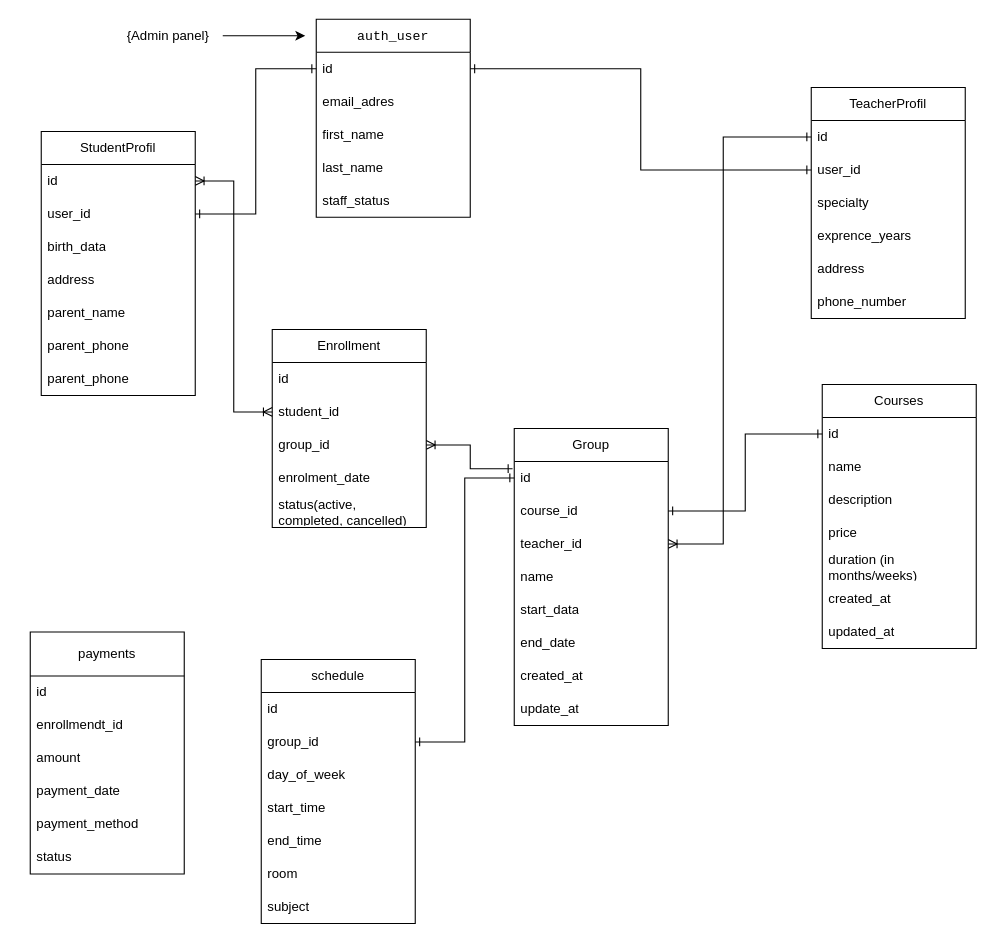
yoqubjonov03-dev/SmartEducation keeps this draw.io diagram as smart_education_db_structure.drawio. Above is the earlier version. Source tidied: cells renumbered, new cells numbered last; positions are measured from the earlier drawing's top-left corner, leaving out a move shared by most shapes. Both pictures are drawn from the tidied source at 110%, with x=0, y=0 at pixel (30, 19).
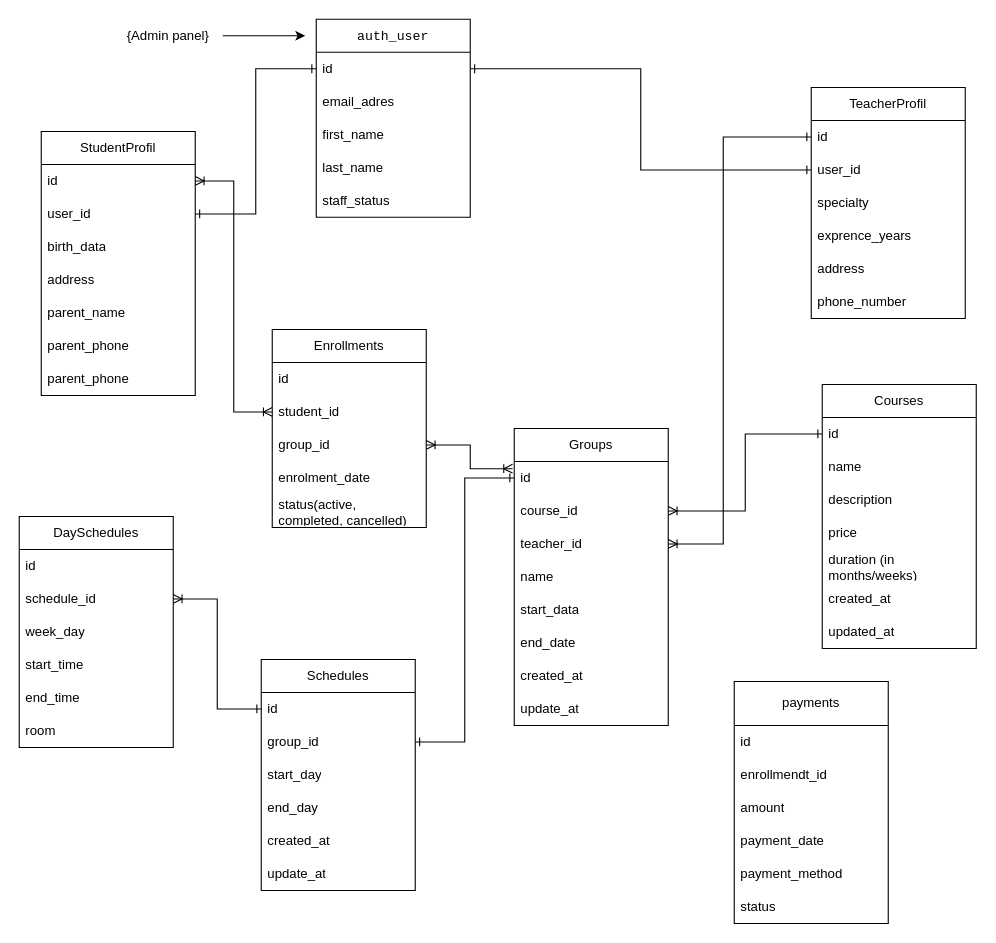
Above is the later version.

The change refers to these unchanged cells:
```xml
<mxCell id="28" value="id" style="text;strokeColor=none;fillColor=none;align=left;verticalAlign=middle;spacingLeft=4;spacingRight=4;overflow=hidden;points=[[0,0.5],[1,0.5]];portConstraint=eastwest;whiteSpace=wrap;html=1;" parent="27" vertex="1">
  <mxGeometry y="30" width="140" height="30" as="geometry" />
</mxCell>
<mxCell id="36" value="id" style="text;strokeColor=none;fillColor=none;align=left;verticalAlign=middle;spacingLeft=4;spacingRight=4;overflow=hidden;points=[[0,0.5],[1,0.5]];portConstraint=eastwest;whiteSpace=wrap;html=1;" parent="35" vertex="1">
  <mxGeometry y="30" width="140" height="30" as="geometry" />
</mxCell>
<mxCell id="37" value="course_id" style="text;strokeColor=none;fillColor=none;align=left;verticalAlign=middle;spacingLeft=4;spacingRight=4;overflow=hidden;points=[[0,0.5],[1,0.5]];portConstraint=eastwest;whiteSpace=wrap;html=1;" parent="35" vertex="1">
  <mxGeometry y="60" width="140" height="30" as="geometry" />
</mxCell>
<mxCell id="48" value="group_id" style="text;strokeColor=none;fillColor=none;align=left;verticalAlign=middle;spacingLeft=4;spacingRight=4;overflow=hidden;points=[[0,0.5],[1,0.5]];portConstraint=eastwest;whiteSpace=wrap;html=1;" parent="45" vertex="1">
  <mxGeometry y="90" width="140" height="30" as="geometry" />
</mxCell>
<mxCell id="52" value="id" style="text;strokeColor=none;fillColor=none;align=left;verticalAlign=middle;spacingLeft=4;spacingRight=4;overflow=hidden;points=[[0,0.5],[1,0.5]];portConstraint=eastwest;whiteSpace=wrap;html=1;" parent="51" vertex="1">
  <mxGeometry y="30" width="140" height="30" as="geometry" />
</mxCell>
```

Change to the diagram source:
```diff
@@
-    <mxCell id="35" value="Group" style="swimlane;fontStyle=0;horizontal=1;startSize=30;whiteSpace=wrap;html=1;" parent="1" vertex="1">
+    <mxCell id="35" value="Groups" style="swimlane;fontStyle=0;horizontal=1;startSize=30;whiteSpace=wrap;html=1;" parent="1" vertex="1">
       <mxGeometry x="440" y="372" width="140" height="270" as="geometry" />
     </mxCell>
@@
-    <mxCell id="44" style="edgeStyle=orthogonalEdgeStyle;rounded=0;jettySize=auto;html=1;exitX=1;exitY=0.5;exitDx=0;exitDy=0;entryX=0;entryY=0.5;entryDx=0;entryDy=0;startArrow=ERone;startFill=0;endArrow=ERone;endFill=0;" parent="1" edge="1" source="37" target="28">
+    <mxCell id="44" style="edgeStyle=orthogonalEdgeStyle;rounded=0;jettySize=auto;html=1;exitX=1;exitY=0.5;exitDx=0;exitDy=0;entryX=0;entryY=0.5;entryDx=0;entryDy=0;startArrow=ERoneToMany;startFill=0;endArrow=ERone;endFill=0;" parent="1" edge="1" source="37" target="28">
       <mxGeometry relative="1" as="geometry" />
     </mxCell>
-    <mxCell id="45" value="Enrollment" style="swimlane;fontStyle=0;horizontal=1;startSize=30;whiteSpace=wrap;html=1;" parent="1" vertex="1">
+    <mxCell id="45" value="Enrollments" style="swimlane;fontStyle=0;horizontal=1;startSize=30;whiteSpace=wrap;html=1;" parent="1" vertex="1">
       <mxGeometry x="220" y="282" width="140" height="180" as="geometry" />
     </mxCell>
@@
-    <mxCell id="51" value="schedule" style="swimlane;fontStyle=0;horizontal=1;startSize=30;whiteSpace=wrap;html=1;" parent="1" vertex="1">
-      <mxGeometry x="210" y="582" width="140" height="240" as="geometry" />
+    <mxCell id="51" value="Schedules" style="swimlane;fontStyle=0;horizontal=1;startSize=30;whiteSpace=wrap;html=1;" parent="1" vertex="1">
+      <mxGeometry x="210" y="582" width="140" height="210" as="geometry" />
     </mxCell>
@@
-    <mxCell id="54" value="day_of_week" style="text;strokeColor=none;fillColor=none;align=left;verticalAlign=middle;spacingLeft=4;spacingRight=4;overflow=hidden;whiteSpace=wrap;html=1;" parent="51" vertex="1">
-      <mxGeometry y="90" width="140" height="30" as="geometry" />
-    </mxCell>
+    <mxCell id="70" value="start_day" style="text;strokeColor=none;fillColor=none;align=left;verticalAlign=middle;spacingLeft=4;spacingRight=4;overflow=hidden;whiteSpace=wrap;html=1;" parent="51" vertex="1">
+      <mxGeometry y="90" width="140" height="30" as="geometry" />
+    </mxCell>
+    <mxCell id="71" value="end_day" style="text;strokeColor=none;fillColor=none;align=left;verticalAlign=middle;spacingLeft=4;spacingRight=4;overflow=hidden;whiteSpace=wrap;html=1;" parent="51" vertex="1">
+      <mxGeometry y="120" width="140" height="30" as="geometry" />
+    </mxCell>
-    <mxCell id="55" value="start_time" style="text;strokeColor=none;fillColor=none;align=left;verticalAlign=middle;spacingLeft=4;spacingRight=4;overflow=hidden;whiteSpace=wrap;html=1;" parent="51" vertex="1">
-      <mxGeometry y="120" width="140" height="30" as="geometry" />
+    <mxCell id="55" value="created_at" style="text;strokeColor=none;fillColor=none;align=left;verticalAlign=middle;spacingLeft=4;spacingRight=4;overflow=hidden;whiteSpace=wrap;html=1;" parent="51" vertex="1">
+      <mxGeometry y="150" width="140" height="30" as="geometry" />
     </mxCell>
-    <mxCell id="56" value="end_time" style="text;strokeColor=none;fillColor=none;align=left;verticalAlign=middle;spacingLeft=4;spacingRight=4;overflow=hidden;whiteSpace=wrap;html=1;" parent="51" vertex="1">
-      <mxGeometry y="150" width="140" height="30" as="geometry" />
+    <mxCell id="56" value="update_at" style="text;strokeColor=none;fillColor=none;align=left;verticalAlign=middle;spacingLeft=4;spacingRight=4;overflow=hidden;whiteSpace=wrap;html=1;" parent="51" vertex="1">
+      <mxGeometry y="180" width="140" height="30" as="geometry" />
     </mxCell>
-    <mxCell id="57" value="room" style="text;strokeColor=none;fillColor=none;align=left;verticalAlign=middle;spacingLeft=4;spacingRight=4;overflow=hidden;whiteSpace=wrap;html=1;" parent="51" vertex="1">
-      <mxGeometry y="180" width="140" height="30" as="geometry" />
-    </mxCell>
-    <mxCell id="58" value="subject" style="text;strokeColor=none;fillColor=none;align=left;verticalAlign=middle;spacingLeft=4;spacingRight=4;overflow=hidden;whiteSpace=wrap;html=1;" parent="51" vertex="1">
-      <mxGeometry y="210" width="140" height="30" as="geometry" />
-    </mxCell>
@@
-    <mxCell id="62" style="edgeStyle=orthogonalEdgeStyle;rounded=0;jettySize=auto;html=1;exitX=1;exitY=0.5;exitDx=0;exitDy=0;entryX=-0.011;entryY=0.22;entryDx=0;entryDy=0;entryPerimeter=0;startArrow=ERoneToMany;startFill=0;endArrow=ERone;endFill=0;" parent="1" edge="1" source="48" target="36">
+    <mxCell id="62" style="edgeStyle=orthogonalEdgeStyle;rounded=0;jettySize=auto;html=1;exitX=1;exitY=0.5;exitDx=0;exitDy=0;entryX=-0.011;entryY=0.22;entryDx=0;entryDy=0;entryPerimeter=0;startArrow=ERoneToMany;startFill=0;endArrow=ERoneToMany;endFill=0;" parent="1" edge="1" source="48" target="36">
       <mxGeometry relative="1" as="geometry" />
     </mxCell>
     <mxCell id="63" value="payments" style="swimlane;fontStyle=0;horizontal=1;startSize=40;whiteSpace=wrap;html=1;" parent="1" vertex="1">
-      <mxGeometry y="557" width="140" height="220" as="geometry" />
+      <mxGeometry x="640" y="602" width="140" height="220" as="geometry" />
     </mxCell>
@@
+    <mxCell id="72" value="DaySchedules" style="swimlane;fontStyle=0;horizontal=1;startSize=30;whiteSpace=wrap;html=1;" parent="1" vertex="1">
+      <mxGeometry x="-10" y="452" width="140" height="210" as="geometry" />
+    </mxCell>
+    <mxCell id="73" value="id" style="text;strokeColor=none;fillColor=none;align=left;verticalAlign=middle;spacingLeft=4;spacingRight=4;overflow=hidden;whiteSpace=wrap;html=1;" parent="72" vertex="1">
+      <mxGeometry y="30" width="140" height="30" as="geometry" />
+    </mxCell>
+    <mxCell id="74" value="schedule_id" style="text;strokeColor=none;fillColor=none;align=left;verticalAlign=middle;spacingLeft=4;spacingRight=4;overflow=hidden;points=[[0,0.5],[1,0.5]];portConstraint=eastwest;whiteSpace=wrap;html=1;" parent="72" vertex="1">
+      <mxGeometry y="60" width="140" height="30" as="geometry" />
+    </mxCell>
+    <mxCell id="75" value="week_day" style="text;strokeColor=none;fillColor=none;align=left;verticalAlign=middle;spacingLeft=4;spacingRight=4;overflow=hidden;whiteSpace=wrap;html=1;" parent="72" vertex="1">
+      <mxGeometry y="90" width="140" height="30" as="geometry" />
+    </mxCell>
+    <mxCell id="76" value="start_time" style="text;strokeColor=none;fillColor=none;align=left;verticalAlign=middle;spacingLeft=4;spacingRight=4;overflow=hidden;whiteSpace=wrap;html=1;" parent="72" vertex="1">
+      <mxGeometry y="120" width="140" height="30" as="geometry" />
+    </mxCell>
+    <mxCell id="77" value="end_time" style="text;strokeColor=none;fillColor=none;align=left;verticalAlign=middle;spacingLeft=4;spacingRight=4;overflow=hidden;whiteSpace=wrap;html=1;" parent="72" vertex="1">
+      <mxGeometry y="150" width="140" height="30" as="geometry" />
+    </mxCell>
+    <mxCell id="57" value="room" style="text;strokeColor=none;fillColor=none;align=left;verticalAlign=middle;spacingLeft=4;spacingRight=4;overflow=hidden;whiteSpace=wrap;html=1;" parent="72" vertex="1">
+      <mxGeometry y="180" width="140" height="30" as="geometry" />
+    </mxCell>
+    <mxCell id="78" style="edgeStyle=orthogonalEdgeStyle;rounded=0;jettySize=auto;html=1;exitX=1;exitY=0.5;exitDx=0;exitDy=0;entryX=0;entryY=0.5;entryDx=0;entryDy=0;startArrow=ERoneToMany;startFill=0;endArrow=ERone;endFill=0;" parent="1" edge="1" source="74" target="52">
+      <mxGeometry relative="1" as="geometry" />
+    </mxCell>
```
